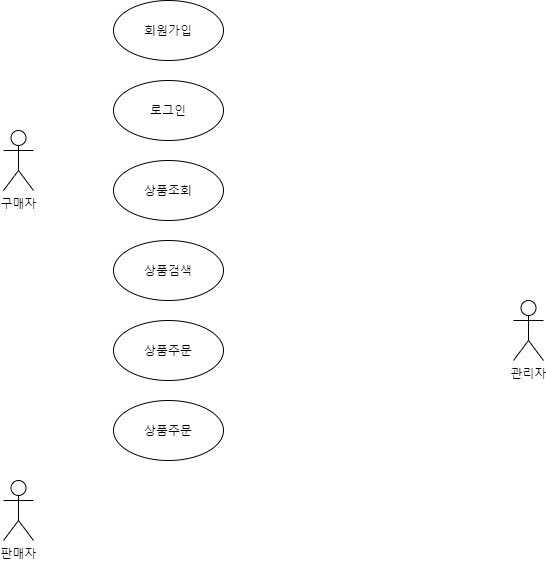
Before: Actor Diagram.png, a diagram exported from draw.io (osiris0607/Project). Source tidied: cells renumbered, new cells last; positions are measured from the earlier drawing's top-left corner, leaving out a move shared by most shapes.
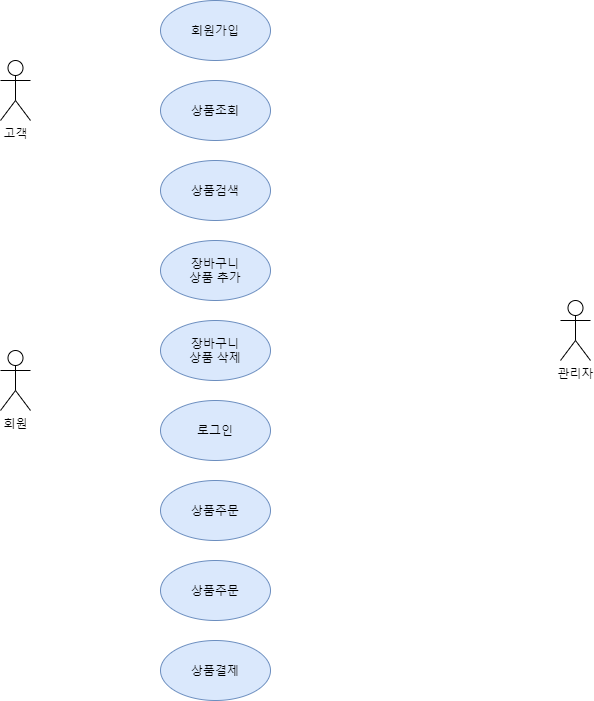
After the commit.

The edit, as a diff of the source:
```diff
@@ -2,32 +2,41 @@
   <root>
     <mxCell id="0" />
     <mxCell id="1" parent="0" />
-    <mxCell id="2" value="구매자" style="shape=umlActor;verticalLabelPosition=bottom;verticalAlign=top;html=1;" parent="1" vertex="1">
-      <mxGeometry y="130" width="30" height="60" as="geometry" />
+    <mxCell id="2" value="고객" style="shape=umlActor;verticalLabelPosition=bottom;verticalAlign=top;html=1;" parent="1" vertex="1">
+      <mxGeometry x="-50" y="60" width="30" height="60" as="geometry" />
     </mxCell>
-    <mxCell id="3" value="판매자" style="shape=umlActor;verticalLabelPosition=bottom;verticalAlign=top;html=1;" parent="1" vertex="1">
-      <mxGeometry y="480" width="30" height="60" as="geometry" />
+    <mxCell id="3" value="회원" style="shape=umlActor;verticalLabelPosition=bottom;verticalAlign=top;html=1;" parent="1" vertex="1">
+      <mxGeometry x="-50" y="350" width="30" height="60" as="geometry" />
     </mxCell>
     <mxCell id="4" value="관리자" style="shape=umlActor;verticalLabelPosition=bottom;verticalAlign=top;html=1;" parent="1" vertex="1">
       <mxGeometry x="510" y="300" width="30" height="60" as="geometry" />
     </mxCell>
-    <mxCell id="5" value="회원가입" style="ellipse;whiteSpace=wrap;html=1;" parent="1" vertex="1">
+    <mxCell id="5" value="회원가입" style="ellipse;whiteSpace=wrap;html=1;fillColor=#dae8fc;strokeColor=#6c8ebf;" parent="1" vertex="1">
       <mxGeometry x="110" width="110" height="60" as="geometry" />
     </mxCell>
-    <mxCell id="6" value="로그인" style="ellipse;whiteSpace=wrap;html=1;" parent="1" vertex="1">
-      <mxGeometry x="110" y="80" width="110" height="60" as="geometry" />
+    <mxCell id="6" value="로그인" style="ellipse;whiteSpace=wrap;html=1;fillColor=#dae8fc;strokeColor=#6c8ebf;" parent="1" vertex="1">
+      <mxGeometry x="110" y="400" width="110" height="60" as="geometry" />
     </mxCell>
-    <mxCell id="7" value="상품조회" style="ellipse;whiteSpace=wrap;html=1;" parent="1" vertex="1">
-      <mxGeometry x="110" y="160" width="110" height="60" as="geometry" />
+    <mxCell id="7" value="상품조회" style="ellipse;whiteSpace=wrap;html=1;fillColor=#dae8fc;strokeColor=#6c8ebf;" parent="1" vertex="1">
+      <mxGeometry x="110" y="80" width="110" height="60" as="geometry" />
     </mxCell>
-    <mxCell id="8" value="상품검색&lt;span style=&quot;color: rgba(0 , 0 , 0 , 0) ; font-family: monospace ; font-size: 0px&quot;&gt;%3CmxGraphModel%3E%3Croot%3E%3CmxCell%20id%3D%220%22%2F%3E%3CmxCell%20id%3D%221%22%20parent%3D%220%22%2F%3E%3CmxCell%20id%3D%222%22%20value%3D%22%EC%83%81%ED%92%88%EC%A1%B0%ED%9A%8C%22%20style%3D%22ellipse%3BwhiteSpace%3Dwrap%3Bhtml%3D1%3B%22%20vertex%3D%221%22%20parent%3D%221%22%3E%3CmxGeometry%20x%3D%22250%22%20y%3D%22180%22%20width%3D%22110%22%20height%3D%2260%22%20as%3D%22geometry%22%2F%3E%3C%2FmxCell%3E%3C%2Froot%3E%3C%2FmxGraphModel%3E&lt;/span&gt;" style="ellipse;whiteSpace=wrap;html=1;" parent="1" vertex="1">
-      <mxGeometry x="110" y="240" width="110" height="60" as="geometry" />
+    <mxCell id="8" value="상품검색&lt;span style=&quot;color: rgba(0 , 0 , 0 , 0) ; font-family: monospace ; font-size: 0px&quot;&gt;%3CmxGraphModel%3E%3Croot%3E%3CmxCell%20id%3D%220%22%2F%3E%3CmxCell%20id%3D%221%22%20parent%3D%220%22%2F%3E%3CmxCell%20id%3D%222%22%20value%3D%22%EC%83%81%ED%92%88%EC%A1%B0%ED%9A%8C%22%20style%3D%22ellipse%3BwhiteSpace%3Dwrap%3Bhtml%3D1%3B%22%20vertex%3D%221%22%20parent%3D%221%22%3E%3CmxGeometry%20x%3D%22250%22%20y%3D%22180%22%20width%3D%22110%22%20height%3D%2260%22%20as%3D%22geometry%22%2F%3E%3C%2FmxCell%3E%3C%2Froot%3E%3C%2FmxGraphModel%3E&lt;/span&gt;" style="ellipse;whiteSpace=wrap;html=1;fillColor=#dae8fc;strokeColor=#6c8ebf;" parent="1" vertex="1">
+      <mxGeometry x="110" y="160" width="110" height="60" as="geometry" />
     </mxCell>
-    <mxCell id="9" value="상품주문" style="ellipse;whiteSpace=wrap;html=1;" parent="1" vertex="1">
-      <mxGeometry x="110" y="320" width="110" height="60" as="geometry" />
+    <mxCell id="9" value="상품주문" style="ellipse;whiteSpace=wrap;html=1;fillColor=#dae8fc;strokeColor=#6c8ebf;" parent="1" vertex="1">
+      <mxGeometry x="110" y="480" width="110" height="60" as="geometry" />
     </mxCell>
-    <mxCell id="10" value="상품주문" style="ellipse;whiteSpace=wrap;html=1;" parent="1" vertex="1">
-      <mxGeometry x="110" y="400" width="110" height="60" as="geometry" />
+    <mxCell id="10" value="상품주문" style="ellipse;whiteSpace=wrap;html=1;fillColor=#dae8fc;strokeColor=#6c8ebf;" parent="1" vertex="1">
+      <mxGeometry x="110" y="560" width="110" height="60" as="geometry" />
     </mxCell>
+    <mxCell id="11" value="상품결제" style="ellipse;whiteSpace=wrap;html=1;fillColor=#dae8fc;strokeColor=#6c8ebf;" parent="1" vertex="1">
+      <mxGeometry x="110" y="640" width="110" height="60" as="geometry" />
+    </mxCell>
+    <mxCell id="12" value="장바구니&lt;br&gt;상품 추가" style="ellipse;whiteSpace=wrap;html=1;fillColor=#dae8fc;strokeColor=#6c8ebf;" parent="1" vertex="1">
+      <mxGeometry x="110" y="240" width="110" height="60" as="geometry" />
+    </mxCell>
+    <mxCell id="13" value="장바구니&lt;br&gt;상품 삭제" style="ellipse;whiteSpace=wrap;html=1;fillColor=#dae8fc;strokeColor=#6c8ebf;" parent="1" vertex="1">
+      <mxGeometry x="110" y="320" width="110" height="60" as="geometry" />
+    </mxCell>
   </root>
 </mxGraphModel>
```
